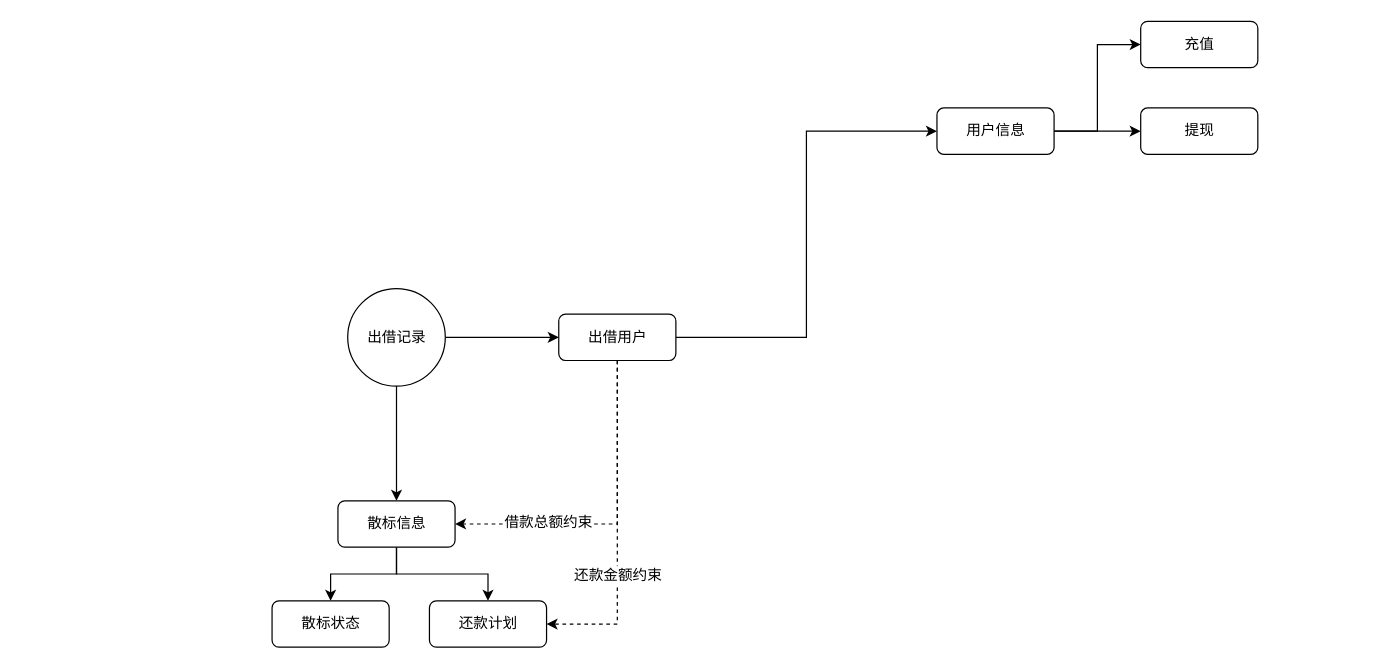
Earlier version of the draw.io diagram p2p-to-center.drawio (yiuked/diagram). Source tidied: cells renumbered, new cells numbered last; positions are measured from the earlier drawing's top-left corner, leaving out a move shared by most shapes. Both pictures are drawn from the tidied source at 122%, with x=0, y=0 at pixel (272, 21).
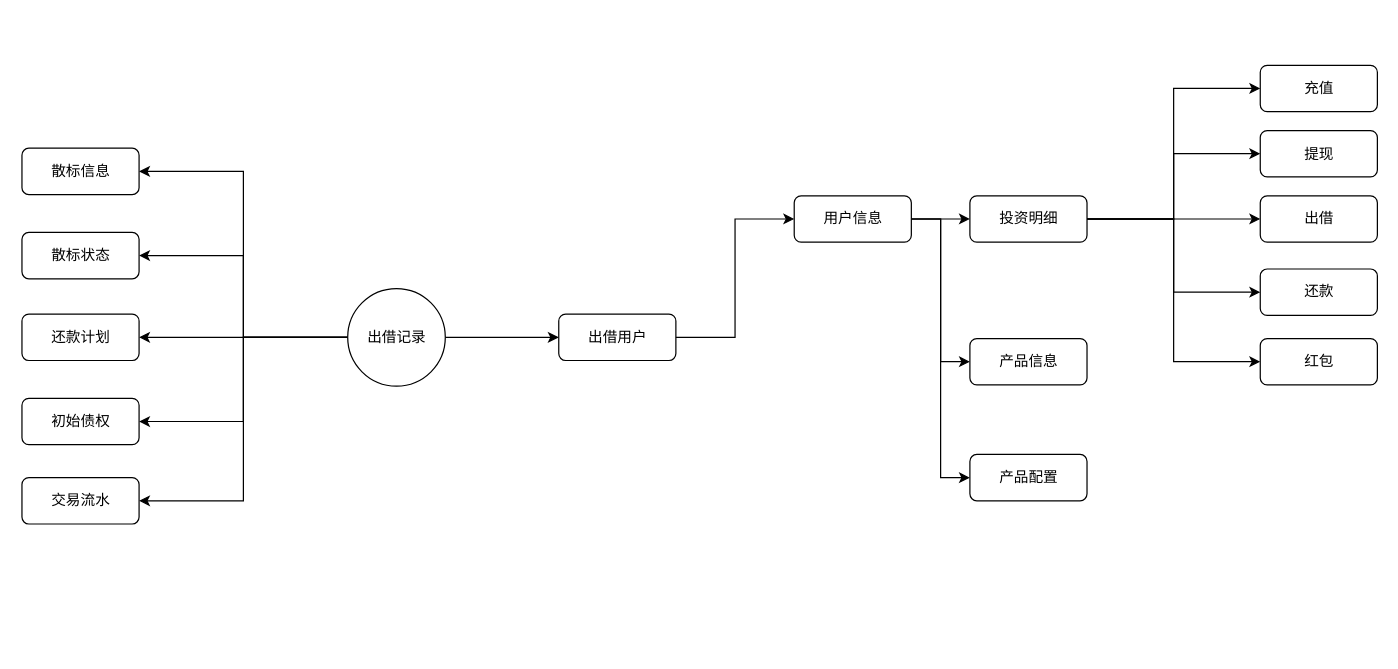
After the change.

Unchanged cells that the change refers to:
```xml
<mxCell id="6" value="出借记录" style="ellipse;whiteSpace=wrap;html=1;" parent="1" vertex="1">
  <mxGeometry x="61.5" y="219" width="80" height="80" as="geometry" />
</mxCell>
<mxCell id="14" value="出借用户" style="rounded=1;whiteSpace=wrap;html=1;" parent="1" vertex="1">
  <mxGeometry x="234.5" y="240" width="96" height="38" as="geometry" />
</mxCell>
```

What changed in the source:
```diff
@@
-    <mxCell id="5" style="edgeStyle=orthogonalEdgeStyle;rounded=0;jettySize=auto;html=1;exitX=0.5;exitY=1;exitDx=0;exitDy=0;" parent="1" edge="1" source="6" target="17">
+    <mxCell id="5" style="edgeStyle=orthogonalEdgeStyle;rounded=0;jettySize=auto;html=1;exitX=0;exitY=0.5;exitDx=0;exitDy=0;entryX=1;entryY=0.5;entryDx=0;entryDy=0;" parent="1" edge="1" source="6" target="17">
       <mxGeometry relative="1" as="geometry" />
     </mxCell>
+    <mxCell id="21" style="edgeStyle=orthogonalEdgeStyle;rounded=0;jettySize=auto;html=1;exitX=0;exitY=0.5;exitDx=0;exitDy=0;entryX=1;entryY=0.5;entryDx=0;entryDy=0;" parent="1" edge="1" source="6" target="18">
+      <mxGeometry relative="1" as="geometry" />
+    </mxCell>
+    <mxCell id="22" style="edgeStyle=orthogonalEdgeStyle;rounded=0;jettySize=auto;html=1;exitX=0;exitY=0.5;exitDx=0;exitDy=0;entryX=1;entryY=0.5;entryDx=0;entryDy=0;" parent="1" edge="1" source="6" target="19">
+      <mxGeometry relative="1" as="geometry" />
+    </mxCell>
+    <mxCell id="23" style="edgeStyle=orthogonalEdgeStyle;rounded=0;jettySize=auto;html=1;exitX=0;exitY=0.5;exitDx=0;exitDy=0;entryX=1;entryY=0.5;entryDx=0;entryDy=0;" parent="1" edge="1" source="6" target="37">
+      <mxGeometry relative="1" as="geometry" />
+    </mxCell>
+    <mxCell id="24" style="edgeStyle=orthogonalEdgeStyle;rounded=0;jettySize=auto;html=1;exitX=0;exitY=0.5;exitDx=0;exitDy=0;entryX=1;entryY=0.5;entryDx=0;entryDy=0;" parent="1" edge="1" source="6" target="38">
+      <mxGeometry relative="1" as="geometry" />
+    </mxCell>
@@
     <mxCell id="7" value="充值" style="rounded=1;whiteSpace=wrap;html=1;" parent="1" vertex="1">
-      <mxGeometry x="711.5" width="96" height="38" as="geometry" />
+      <mxGeometry x="809.5" y="36" width="96" height="38" as="geometry" />
     </mxCell>
     <mxCell id="8" value="提现" style="rounded=1;whiteSpace=wrap;html=1;" parent="1" vertex="1">
-      <mxGeometry x="711.5" y="71" width="96" height="38" as="geometry" />
+      <mxGeometry x="809.5" y="89.5" width="96" height="38" as="geometry" />
     </mxCell>
-    <mxCell id="9" style="edgeStyle=orthogonalEdgeStyle;rounded=0;jettySize=auto;html=1;exitX=1;exitY=0.5;exitDx=0;exitDy=0;entryX=0;entryY=0.5;entryDx=0;entryDy=0;" parent="1" edge="1" source="14" target="20">
+    <mxCell id="9" style="edgeStyle=orthogonalEdgeStyle;rounded=0;jettySize=auto;html=1;exitX=1;exitY=0.5;exitDx=0;exitDy=0;entryX=0;entryY=0.5;entryDx=0;entryDy=0;" parent="1" edge="1" source="33" target="20">
       <mxGeometry relative="1" as="geometry" />
     </mxCell>
-    <mxCell id="10" style="edgeStyle=orthogonalEdgeStyle;rounded=0;jettySize=auto;html=1;exitX=0.5;exitY=1;exitDx=0;exitDy=0;entryX=1;entryY=0.5;entryDx=0;entryDy=0;dashed=1;" parent="1" edge="1" source="14" target="19">
-      <mxGeometry relative="1" as="geometry" />
-    </mxCell>
-    <mxCell id="11" value="还款金额约束" style="text;html=1;align=center;verticalAlign=middle;labelBackgroundColor=#ffffff;" parent="10" vertex="1">
-      <mxGeometry x="0.28" relative="1" as="geometry" />
-    </mxCell>
-    <mxCell id="12" style="edgeStyle=orthogonalEdgeStyle;rounded=0;jettySize=auto;html=1;exitX=0.5;exitY=1;exitDx=0;exitDy=0;entryX=1;entryY=0.5;entryDx=0;entryDy=0;dashed=1;" parent="1" edge="1" source="14" target="17">
-      <mxGeometry relative="1" as="geometry" />
-    </mxCell>
-    <mxCell id="13" value="借款总额约束" style="text;html=1;align=center;verticalAlign=middle;labelBackgroundColor=#ffffff;" parent="12" vertex="1">
-      <mxGeometry x="0.43" y="-2" relative="1" as="geometry" />
-    </mxCell>
@@
-    <mxCell id="15" style="edgeStyle=orthogonalEdgeStyle;rounded=0;jettySize=auto;html=1;exitX=0.5;exitY=1;exitDx=0;exitDy=0;" parent="1" edge="1" source="17" target="18">
-      <mxGeometry relative="1" as="geometry" />
-    </mxCell>
-    <mxCell id="16" style="edgeStyle=orthogonalEdgeStyle;rounded=0;jettySize=auto;html=1;exitX=0.5;exitY=1;exitDx=0;exitDy=0;" parent="1" edge="1" source="17" target="19">
-      <mxGeometry relative="1" as="geometry" />
-    </mxCell>
     <mxCell id="17" value="散标信息" style="rounded=1;whiteSpace=wrap;html=1;" parent="1" vertex="1">
-      <mxGeometry x="53.5" y="393" width="96" height="38" as="geometry" />
+      <mxGeometry x="-205.5" y="104" width="96" height="38" as="geometry" />
     </mxCell>
     <mxCell id="18" value="散标状态" style="rounded=1;whiteSpace=wrap;html=1;" parent="1" vertex="1">
-      <mxGeometry x="-0.5" y="475" width="96" height="38" as="geometry" />
+      <mxGeometry x="-205.5" y="173" width="96" height="38" as="geometry" />
     </mxCell>
     <mxCell id="19" value="还款计划" style="rounded=1;whiteSpace=wrap;html=1;" parent="1" vertex="1">
-      <mxGeometry x="128.5" y="475" width="96" height="38" as="geometry" />
+      <mxGeometry x="-205.5" y="240" width="96" height="38" as="geometry" />
     </mxCell>
+    <mxCell id="25" style="edgeStyle=orthogonalEdgeStyle;rounded=0;jettySize=auto;html=1;exitX=1;exitY=0.5;exitDx=0;exitDy=0;entryX=0;entryY=0.5;entryDx=0;entryDy=0;" parent="1" edge="1" source="20" target="28">
+      <mxGeometry relative="1" as="geometry" />
+    </mxCell>
+    <mxCell id="26" style="edgeStyle=orthogonalEdgeStyle;rounded=0;jettySize=auto;html=1;exitX=1;exitY=0.5;exitDx=0;exitDy=0;entryX=0;entryY=0.5;entryDx=0;entryDy=0;" parent="1" edge="1" source="20" target="29">
+      <mxGeometry relative="1" as="geometry" />
+    </mxCell>
+    <mxCell id="27" style="edgeStyle=orthogonalEdgeStyle;rounded=0;jettySize=auto;html=1;exitX=1;exitY=0.5;exitDx=0;exitDy=0;entryX=0;entryY=0.5;entryDx=0;entryDy=0;" parent="1" edge="1" source="20" target="30">
+      <mxGeometry relative="1" as="geometry" />
+    </mxCell>
-    <mxCell id="20" value="用户信息" style="rounded=1;whiteSpace=wrap;html=1;" parent="1" vertex="1">
-      <mxGeometry x="544.5" y="71" width="96" height="38" as="geometry" />
+    <mxCell id="20" value="投资明细" style="rounded=1;whiteSpace=wrap;html=1;" parent="1" vertex="1">
+      <mxGeometry x="571.5" y="143" width="96" height="38" as="geometry" />
     </mxCell>
+    <mxCell id="28" value="出借" style="rounded=1;whiteSpace=wrap;html=1;" parent="1" vertex="1">
+      <mxGeometry x="809.5" y="143" width="96" height="38" as="geometry" />
+    </mxCell>
+    <mxCell id="29" value="还款" style="rounded=1;whiteSpace=wrap;html=1;" parent="1" vertex="1">
+      <mxGeometry x="809.5" y="203" width="96" height="38" as="geometry" />
+    </mxCell>
+    <mxCell id="30" value="红包" style="rounded=1;whiteSpace=wrap;html=1;" parent="1" vertex="1">
+      <mxGeometry x="809.5" y="260" width="96" height="38" as="geometry" />
+    </mxCell>
+    <mxCell id="31" style="edgeStyle=orthogonalEdgeStyle;rounded=0;jettySize=auto;html=1;exitX=1;exitY=0.5;exitDx=0;exitDy=0;entryX=0;entryY=0.5;entryDx=0;entryDy=0;" parent="1" edge="1" source="33" target="35">
+      <mxGeometry relative="1" as="geometry" />
+    </mxCell>
+    <mxCell id="32" style="edgeStyle=orthogonalEdgeStyle;rounded=0;jettySize=auto;html=1;exitX=1;exitY=0.5;exitDx=0;exitDy=0;entryX=0;entryY=0.5;entryDx=0;entryDy=0;" parent="1" edge="1" source="33" target="36">
+      <mxGeometry relative="1" as="geometry" />
+    </mxCell>
+    <mxCell id="33" value="用户信息" style="rounded=1;whiteSpace=wrap;html=1;" parent="1" vertex="1">
+      <mxGeometry x="427.5" y="143" width="96" height="38" as="geometry" />
+    </mxCell>
+    <mxCell id="34" style="edgeStyle=orthogonalEdgeStyle;rounded=0;jettySize=auto;html=1;exitX=1;exitY=0.5;exitDx=0;exitDy=0;entryX=0;entryY=0.5;entryDx=0;entryDy=0;" parent="1" edge="1" source="14" target="33">
+      <mxGeometry relative="1" as="geometry" />
+    </mxCell>
+    <mxCell id="35" value="产品信息" style="rounded=1;whiteSpace=wrap;html=1;" parent="1" vertex="1">
+      <mxGeometry x="571.5" y="260" width="96" height="38" as="geometry" />
+    </mxCell>
+    <mxCell id="36" value="产品配置" style="rounded=1;whiteSpace=wrap;html=1;" parent="1" vertex="1">
+      <mxGeometry x="571.5" y="355" width="96" height="38" as="geometry" />
+    </mxCell>
+    <mxCell id="37" value="初始债权" style="rounded=1;whiteSpace=wrap;html=1;" parent="1" vertex="1">
+      <mxGeometry x="-205.5" y="309" width="96" height="38" as="geometry" />
+    </mxCell>
+    <mxCell id="38" value="交易流水" style="rounded=1;whiteSpace=wrap;html=1;" parent="1" vertex="1">
+      <mxGeometry x="-205.5" y="374" width="96" height="38" as="geometry" />
+    </mxCell>
```
